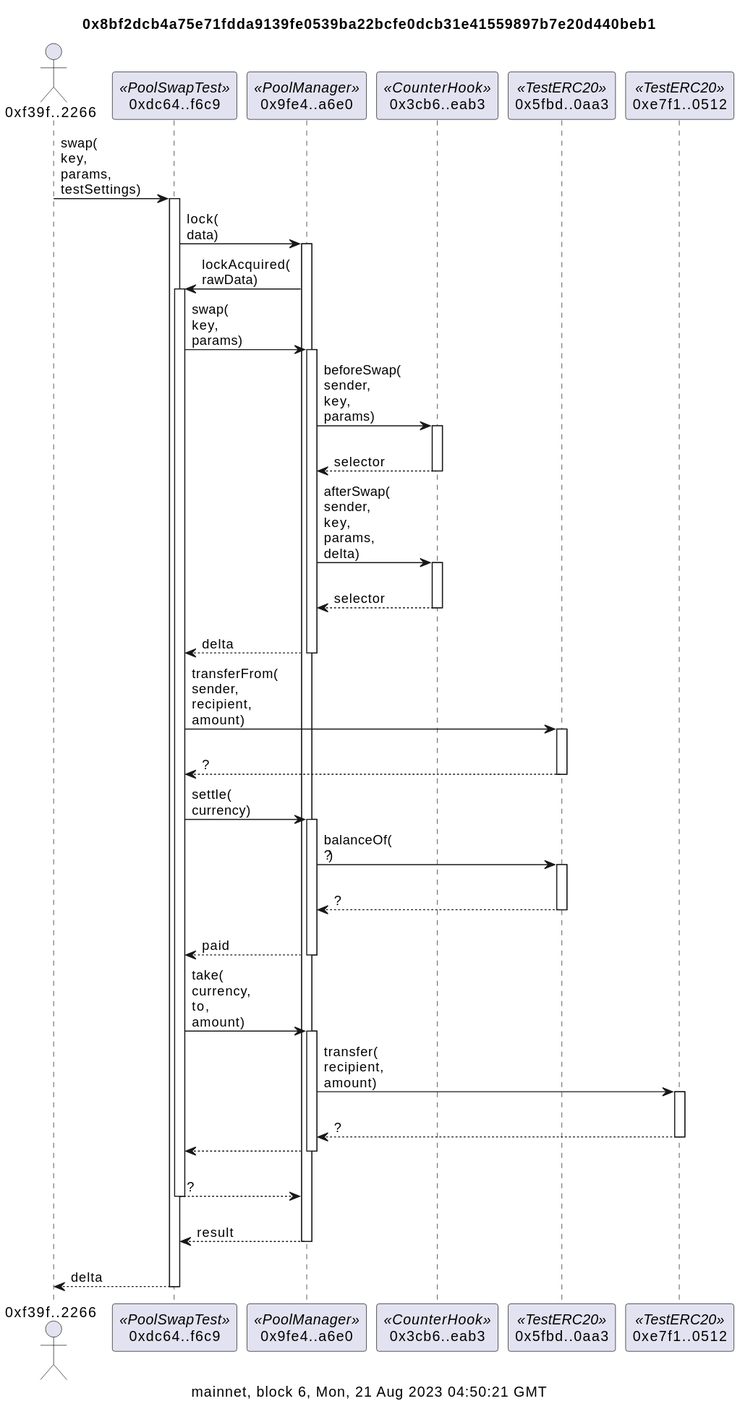
The PlantUML diagram docs/counterSwapSummary.svg in naddison36/uniswap-v4-hooks, before a commit.
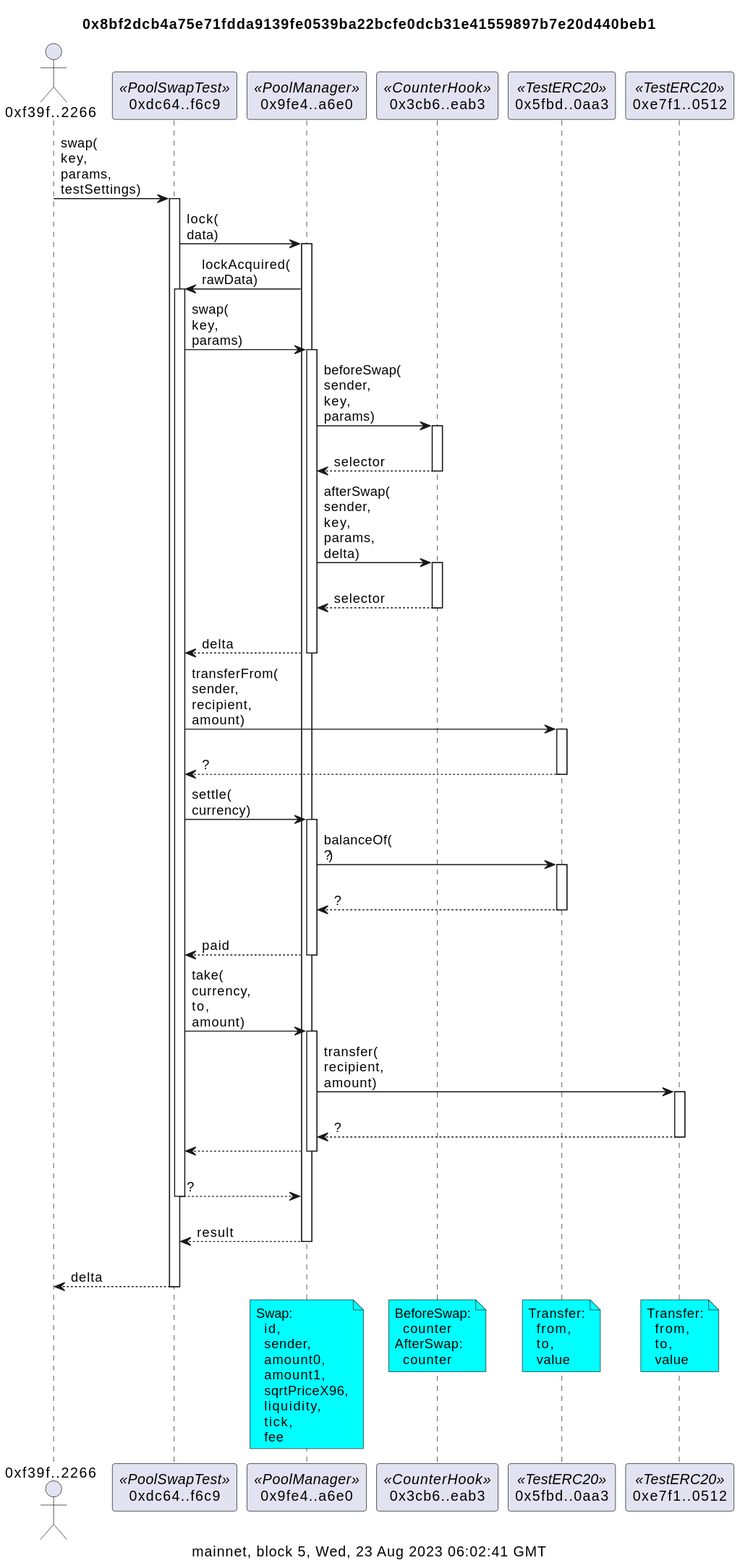
The same file after the commit.

Diff of the diagram source:
```diff
@@ -1,7 +1,7 @@
 @startuml
 title 0x8bf2dcb4a75e71fdda9139fe0539ba22bcfe0dcb31e41559897b7e20d440beb1
 
-caption mainnet, block 6, Mon, 21 Aug 2023 04:50:21 GMT
+caption mainnet, block 5, Wed, 23 Aug 2023 06:02:41 GMT
 actor "0xf39f..2266" as f39f2266
 participant "0xdc64..f6c9" as dc64f6c9 <<PoolSwapTest>>
 participant "0x9fe4..a6e0" as 9fe4a6e0 <<PoolManager>>
@@ -42,4 +42,37 @@
 return\n?
 return\nresult
 return\ndelta
+
+note over 9fe4a6e0 #aqua
+Swap:
+  id,
+  sender,
+  amount0,
+  amount1,
+  sqrtPriceX96,
+  liquidity,
+  tick,
+  fee
+end note
+
+/ note over 3cb6eab3 #aqua
+BeforeSwap:
+  counter
+AfterSwap:
+  counter
+end note
+
+/ note over 5fbd0aa3 #aqua
+Transfer:
+  from,
+  to,
+  value
+end note
+
+/ note over e7f10512 #aqua
+Transfer:
+  from,
+  to,
+  value
+end note
 @enduml
```
